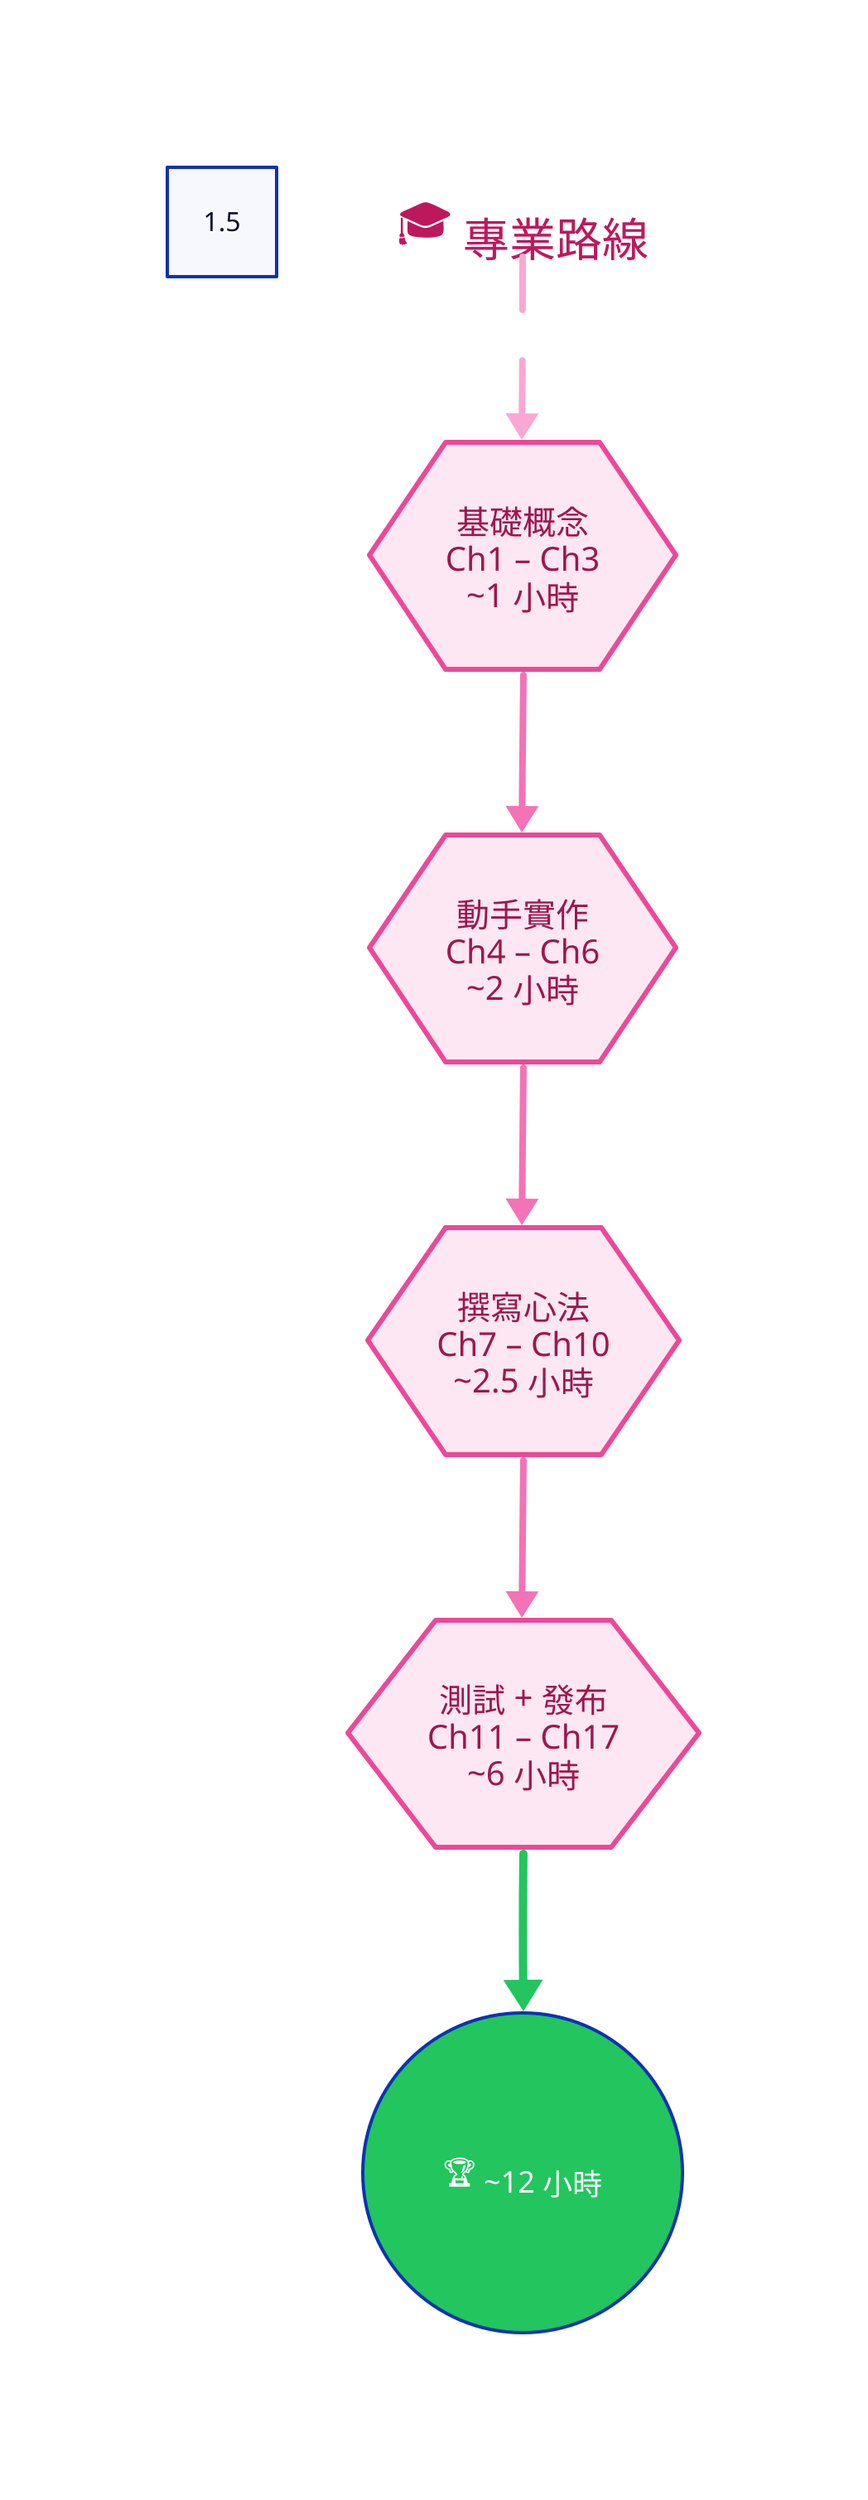
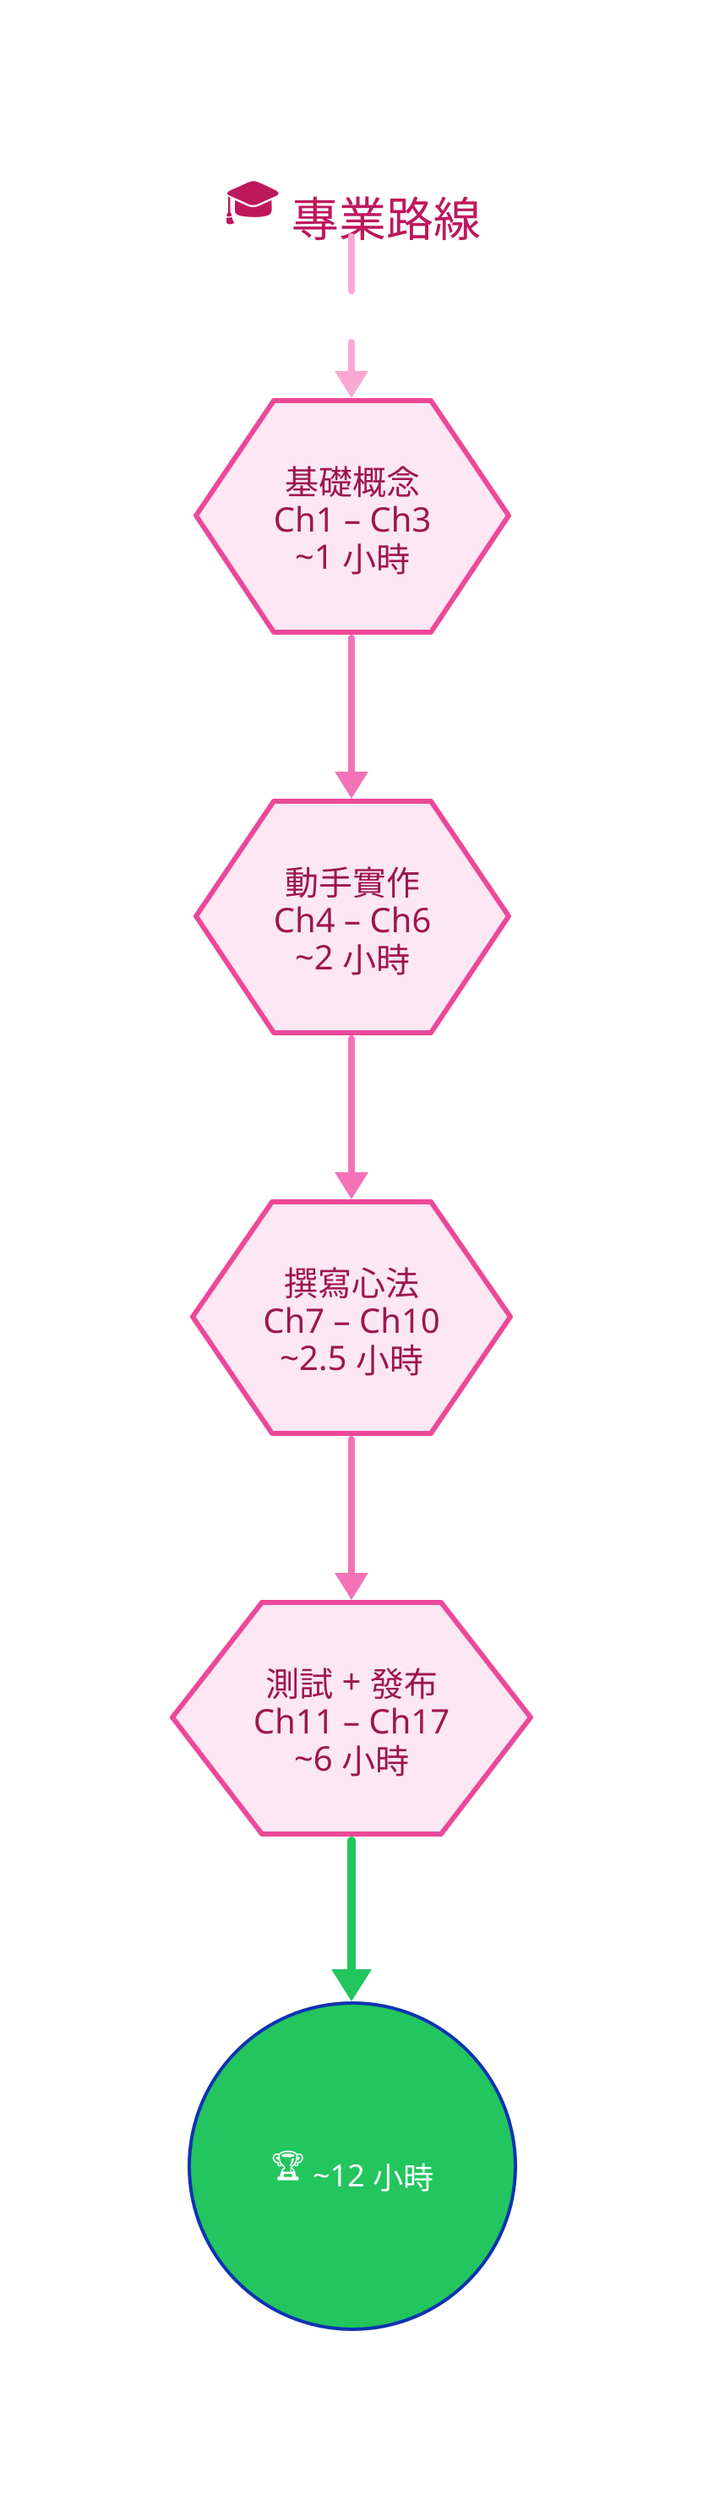
direction: down
- scale: 1.5
- 
L3_label: {
  label: "🎓 專業路線"
  style.font-size: 28; style.font-color: "#be185d"
  style.bold: true; shape: text
}
L3_label -> L3_S1: { style.stroke: "#f9a8d4"; style.stroke-width: 4; style.stroke-dash: 8 }
L3_S1: {
  label: "基礎概念\nCh1 – Ch3\n~1 小時"
  shape: hexagon
  style.fill: "#fce7f3"; style.stroke: "#ec4899"; style.stroke-width: 3
  style.font-color: "#9d174d"; style.font-size: 20; style.bold: true
}
L3_S1 -> L3_S2: { style.stroke: "#f472b6"; style.stroke-width: 4 }
L3_S2: {
  label: "動手實作\nCh4 – Ch6\n~2 小時"
  shape: hexagon
  style.fill: "#fce7f3"; style.stroke: "#ec4899"; style.stroke-width: 3
  style.font-color: "#9d174d"; style.font-size: 20; style.bold: true
}
L3_S2 -> L3_S3: { style.stroke: "#f472b6"; style.stroke-width: 4 }
L3_S3: {
  label: "撰寫心法\nCh7 – Ch10\n~2.5 小時"
  shape: hexagon
  style.fill: "#fce7f3"; style.stroke: "#ec4899"; style.stroke-width: 3
  style.font-color: "#9d174d"; style.font-size: 20; style.bold: true
}
L3_S3 -> L3_S4: { style.stroke: "#f472b6"; style.stroke-width: 4 }
L3_S4: {
  label: "測試 + 發布\nCh11 – Ch17\n~6 小時"
  shape: hexagon
  style.fill: "#fce7f3"; style.stroke: "#ec4899"; style.stroke-width: 3
  style.font-color: "#9d174d"; style.font-size: 20; style.bold: true
}
L3_S4 -> L3_DONE: { style.stroke: "#22c55e"; style.stroke-width: 5 }
L3_DONE: {
  label: "🏆 ~12 小時"
  shape: circle
  style.fill: "#22c55e"; style.font-color: "white"
  style.font-size: 18; style.bold: true
}
